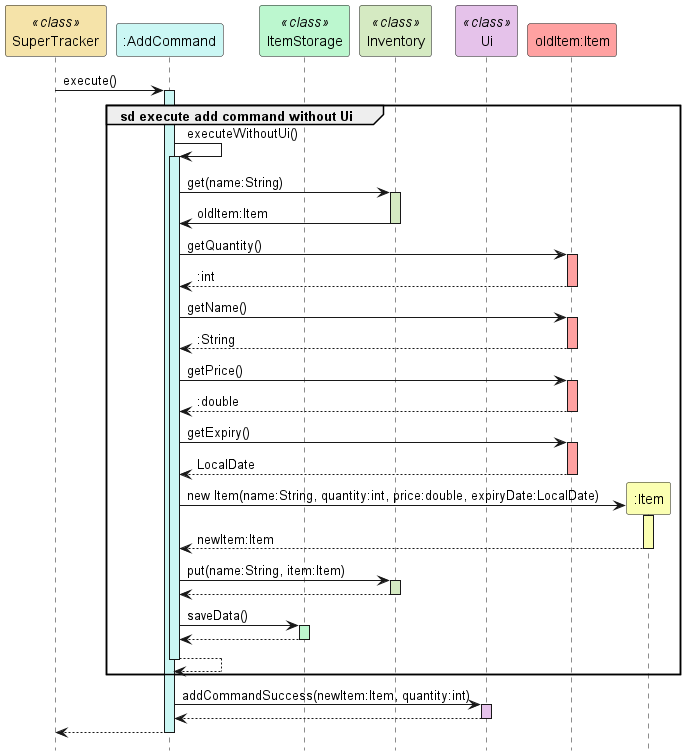
Above: docs/uml-diagrams/AddCommandSequence.png in rismm/tp (PlantUML), before the change. The source it was exported from:
```plantuml
@startuml
hide footbox
participant "SuperTracker" as SuperTracker <<class>> #f5e3a9
participant ":AddCommand" as AddCommand #cbf7f4
participant "ItemStorage" as ItemStorage <<class>> #bcf7cf
participant "Inventory" as Inventory <<class>> #d5eac2
participant "Ui" as Ui <<class>> #e5c2ea
participant "oldItem:Item" as oldItem #ffa1a1
participant ":Item" as Item #fbffb2

SuperTracker -> AddCommand : execute()
activate AddCommand #cbf7f4

group sd execute add command without Ui

AddCommand -> AddCommand : executeWithoutUi()
activate AddCommand #cbf7f4

AddCommand -> Inventory : get(name:String)
activate Inventory #d5eac2
Inventory -> AddCommand : oldItem:Item
deactivate Inventory

AddCommand -> oldItem : getQuantity()
activate oldItem #ffa1a1
oldItem --> AddCommand : :int
deactivate oldItem

AddCommand -> oldItem : getName()
activate oldItem #ffa1a1
oldItem --> AddCommand : :String
deactivate oldItem

AddCommand -> oldItem : getPrice()
activate oldItem #ffa1a1
oldItem --> AddCommand : :double
deactivate oldItem

AddCommand -> oldItem : getExpiry()
activate oldItem #ffa1a1
oldItem --> AddCommand : LocalDate
deactivate oldItem

AddCommand -> Item ** : new Item(name:String, quantity:int, price:double, expiryDate:LocalDate)
activate Item #fbffb2
Item --> AddCommand : newItem:Item
deactivate Item

AddCommand -> Inventory : put(name:String, item:Item)
activate Inventory #d5eac2
Inventory --> AddCommand
deactivate Inventory

AddCommand -> ItemStorage : saveData()
activate ItemStorage #bcf7cf
ItemStorage --> AddCommand
deactivate ItemStorage

AddCommand --> AddCommand
deactivate AddCommand

end

AddCommand -> Ui : addCommandSuccess(newItem:Item, quantity:int)
activate Ui #e5c2ea
Ui --> AddCommand
deactivate Ui

AddCommand --> SuperTracker
deactivate AddCommand
@enduml
```
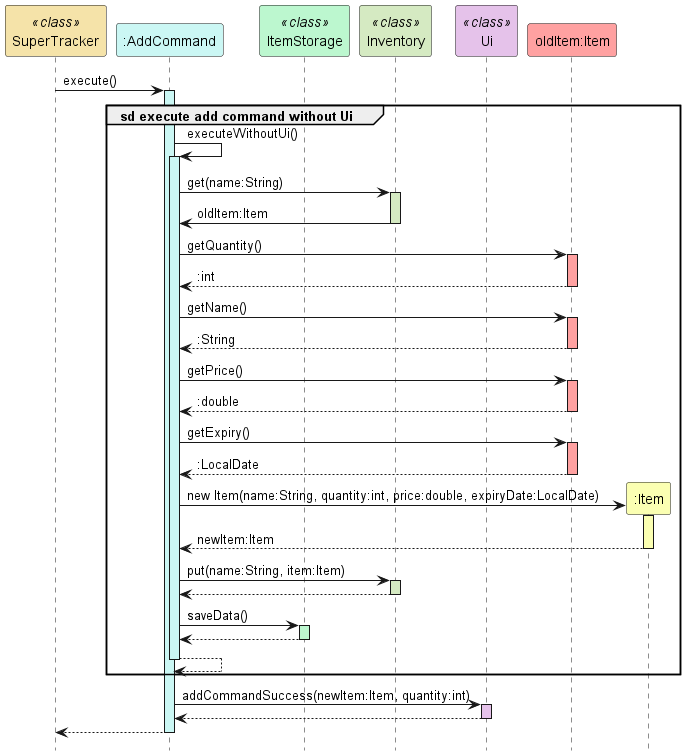
The same file after the commit.

Diff of the diagram source:
```diff
@@ -38,7 +38,7 @@
 
 AddCommand -> oldItem : getExpiry()
 activate oldItem #ffa1a1
-oldItem --> AddCommand : LocalDate
+oldItem --> AddCommand : :LocalDate
 deactivate oldItem
 
 AddCommand -> Item ** : new Item(name:String, quantity:int, price:double, expiryDate:LocalDate)
```
